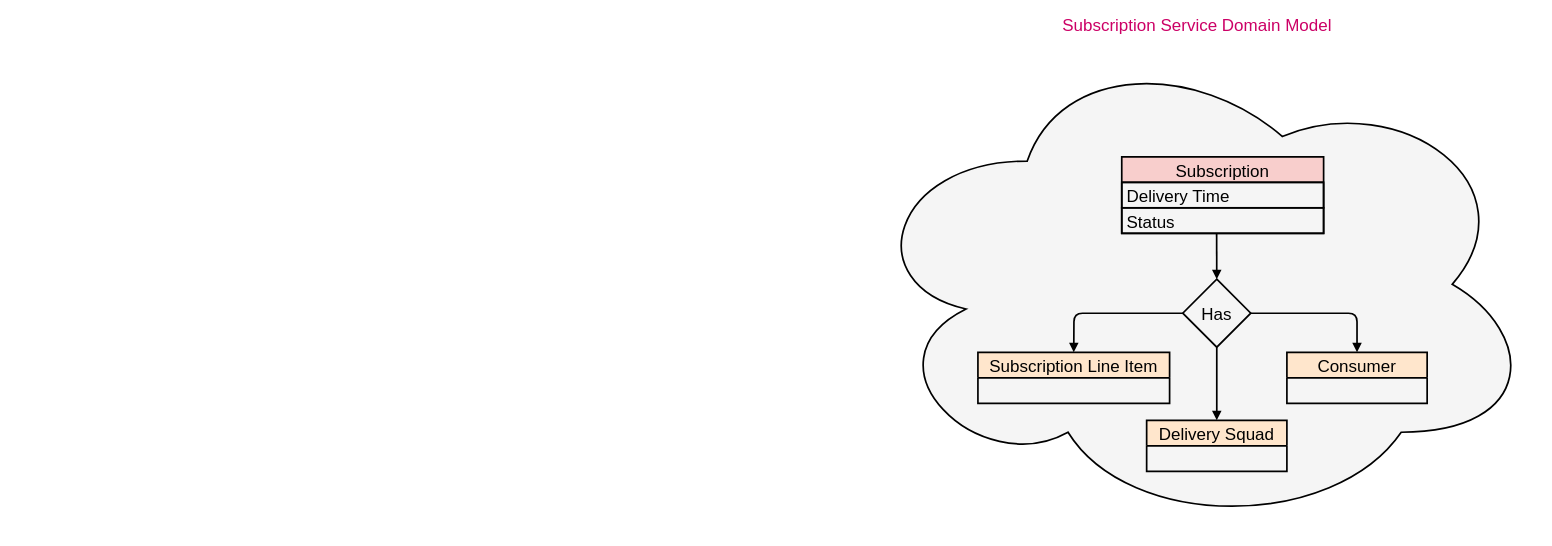
Before: docs/diagram/subscription_service_domain_model.drawio in dudhwalas/dudhwala, a draw.io diagram. Source tidied: cells renumbered, new cells numbered last; positions are measured from the earlier drawing's top-left corner, leaving out a move shared by most shapes. Both pictures are drawn from the tidied source at 85%, with x=0, y=0 at pixel (857, 37).
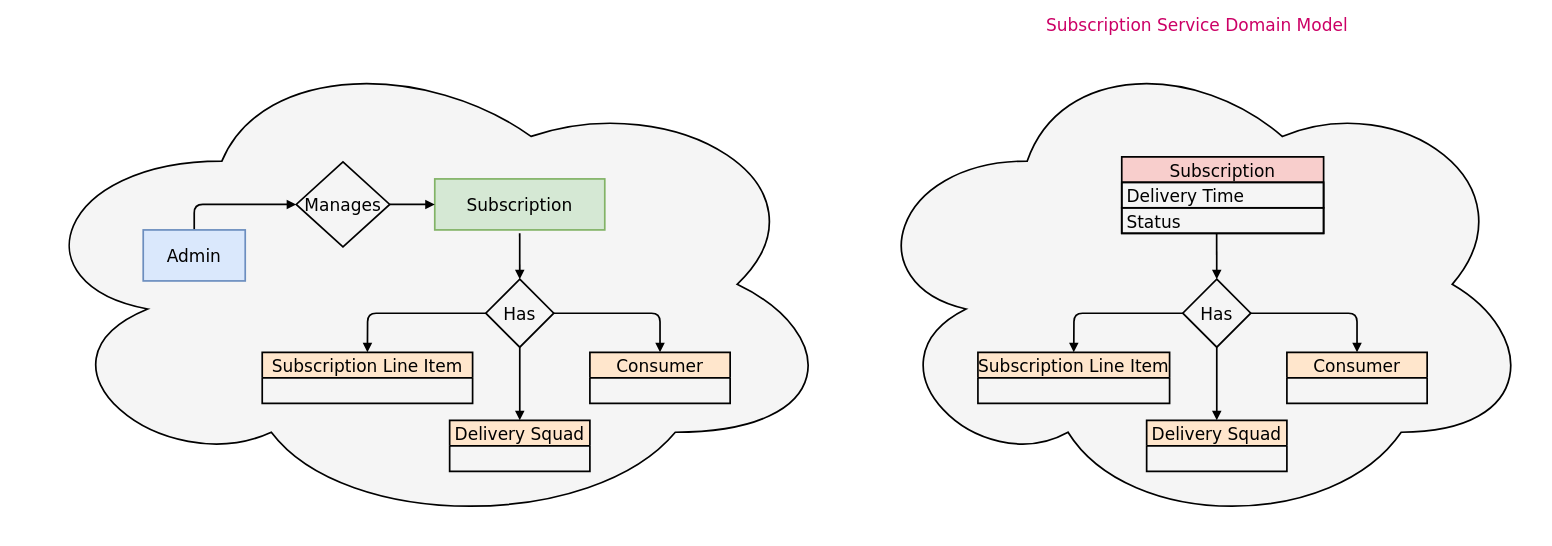
The same diagram, later.

Commit message (it also covers changes not shown here):
added product catalog service specs

Diff of the diagram source:
```diff
@@
-    <mxCell id="2" value="Subscription Service Domain Model" style="ellipse;shape=cloud;whiteSpace=wrap;html=1;fillColor=#f5f5f5;fontColor=#CC0066;strokeColor=#000000;strokeWidth=2;labelPosition=center;verticalLabelPosition=top;align=center;verticalAlign=bottom;fontSize=20;" parent="1" vertex="1">
+    <mxCell id="2" value="Subscription Service Domain Model" style="ellipse;shape=cloud;whiteSpace=wrap;html=1;fillColor=#f5f5f5;fontColor=#CC0066;strokeColor=#000000;strokeWidth=2;labelPosition=center;verticalLabelPosition=top;align=center;verticalAlign=bottom;fontSize=20;fontFamily=Verdana;" parent="1" vertex="1">
       <mxGeometry width="800" height="580" as="geometry" />
     </mxCell>
-    <mxCell id="3" value="Subscription" style="swimlane;fontStyle=0;horizontal=1;startSize=30;fillColor=#f8cecc;strokeColor=#000000;fontSize=20;strokeWidth=2;" parent="1" vertex="1">
+    <mxCell id="3" value="Subscription" style="swimlane;fontStyle=0;horizontal=1;startSize=30;fillColor=#f8cecc;strokeColor=#000000;fontSize=20;strokeWidth=2;fontFamily=Verdana;" parent="1" vertex="1">
       <mxGeometry x="311.2" y="140" width="237.5" height="90" as="geometry" />
     </mxCell>
-    <mxCell id="4" value="Delivery Time" style="text;strokeColor=#000000;fillColor=none;align=left;verticalAlign=middle;spacingLeft=4;spacingRight=4;overflow=hidden;fontSize=20;strokeWidth=2;" parent="3" vertex="1">
+    <mxCell id="4" value="Delivery Time" style="text;strokeColor=#000000;fillColor=none;align=left;verticalAlign=middle;spacingLeft=4;spacingRight=4;overflow=hidden;fontSize=20;strokeWidth=2;fontFamily=Verdana;" parent="3" vertex="1">
       <mxGeometry y="30" width="237.5" height="30" as="geometry" />
     </mxCell>
-    <mxCell id="5" value="Status" style="text;strokeColor=#000000;fillColor=none;align=left;verticalAlign=middle;spacingLeft=4;spacingRight=4;overflow=hidden;points=[[0,0.5],[1,0.5]];portConstraint=eastwest;fontSize=20;strokeWidth=2;" parent="3" vertex="1">
+    <mxCell id="5" value="Status" style="text;strokeColor=#000000;fillColor=none;align=left;verticalAlign=middle;spacingLeft=4;spacingRight=4;overflow=hidden;points=[[0,0.5],[1,0.5]];portConstraint=eastwest;fontSize=20;strokeWidth=2;fontFamily=Verdana;" parent="3" vertex="1">
       <mxGeometry y="60" width="237.5" height="30" as="geometry" />
     </mxCell>
-    <mxCell id="6" value="Subscription Line Item" style="swimlane;fontStyle=0;horizontal=1;startSize=30;fillColor=#ffe6cc;strokeColor=#000000;fontSize=20;strokeWidth=2;" parent="1" vertex="1">
+    <mxCell id="6" value="Subscription Line Item" style="swimlane;fontStyle=0;horizontal=1;startSize=30;fillColor=#ffe6cc;strokeColor=#000000;fontSize=20;strokeWidth=2;fontFamily=Verdana;" parent="1" vertex="1">
       <mxGeometry x="142" y="370" width="225.5" height="60" as="geometry" />
     </mxCell>
-    <mxCell id="7" style="edgeStyle=none;html=1;exitX=1;exitY=0.5;exitDx=0;exitDy=0;entryX=0.5;entryY=0;entryDx=0;entryDy=0;endArrow=block;endFill=1;strokeWidth=2;strokeColor=#000000;" parent="1" edge="1" source="8" target="11">
+    <mxCell id="7" style="edgeStyle=none;html=1;exitX=1;exitY=0.5;exitDx=0;exitDy=0;entryX=0.5;entryY=0;entryDx=0;entryDy=0;endArrow=block;endFill=1;strokeWidth=2;strokeColor=#000000;fontFamily=Verdana;" parent="1" edge="1" source="8" target="11">
       <mxGeometry relative="1" as="geometry">
         <Array as="points">
           <mxPoint x="588" y="324" />
         </Array>
       </mxGeometry>
     </mxCell>
-    <mxCell id="8" value="Has" style="rhombus;whiteSpace=wrap;html=1;fontSize=20;fillColor=none;strokeWidth=2;strokeColor=#000000;" parent="1" vertex="1">
+    <mxCell id="8" value="Has" style="rhombus;whiteSpace=wrap;html=1;fontSize=20;fillColor=none;strokeWidth=2;strokeColor=#000000;fontFamily=Verdana;" parent="1" vertex="1">
       <mxGeometry x="383" y="284" width="80" height="80" as="geometry" />
     </mxCell>
-    <mxCell id="9" style="edgeStyle=none;html=1;exitX=0.47;exitY=1;exitDx=0;exitDy=0;entryX=0.5;entryY=0;entryDx=0;entryDy=0;fontSize=20;exitPerimeter=0;endArrow=block;endFill=1;strokeWidth=2;strokeColor=#000000;" parent="1" edge="1" source="5" target="8">
+    <mxCell id="9" style="edgeStyle=none;html=1;exitX=0.47;exitY=1;exitDx=0;exitDy=0;entryX=0.5;entryY=0;entryDx=0;entryDy=0;fontSize=20;exitPerimeter=0;endArrow=block;endFill=1;strokeWidth=2;strokeColor=#000000;fontFamily=Verdana;" parent="1" edge="1" source="5" target="8">
       <mxGeometry relative="1" as="geometry" />
     </mxCell>
-    <mxCell id="10" style="edgeStyle=none;html=1;entryX=0.5;entryY=0;entryDx=0;entryDy=0;fontSize=20;endArrow=block;endFill=1;strokeWidth=2;exitX=0;exitY=0.5;exitDx=0;exitDy=0;strokeColor=#000000;" parent="1" edge="1" source="8" target="6">
+    <mxCell id="10" style="edgeStyle=none;html=1;entryX=0.5;entryY=0;entryDx=0;entryDy=0;fontSize=20;endArrow=block;endFill=1;strokeWidth=2;exitX=0;exitY=0.5;exitDx=0;exitDy=0;strokeColor=#000000;fontFamily=Verdana;" parent="1" edge="1" source="8" target="6">
       <mxGeometry relative="1" as="geometry">
         <Array as="points">
           <mxPoint x="255" y="324" />
         </Array>
       </mxGeometry>
     </mxCell>
-    <mxCell id="11" value="Consumer" style="swimlane;fontStyle=0;horizontal=1;startSize=30;fillColor=#ffe6cc;strokeColor=#000000;fontSize=20;strokeWidth=2;" parent="1" vertex="1">
+    <mxCell id="11" value="Consumer" style="swimlane;fontStyle=0;horizontal=1;startSize=30;fillColor=#ffe6cc;strokeColor=#000000;fontSize=20;strokeWidth=2;fontFamily=Verdana;" parent="1" vertex="1">
       <mxGeometry x="505.5" y="370" width="165" height="60" as="geometry" />
     </mxCell>
-    <mxCell id="12" value="Delivery Squad" style="swimlane;fontStyle=0;horizontal=1;startSize=30;fillColor=#ffe6cc;strokeColor=#000000;fontSize=20;strokeWidth=2;" parent="1" vertex="1">
+    <mxCell id="12" value="Delivery Squad" style="swimlane;fontStyle=0;horizontal=1;startSize=30;fillColor=#ffe6cc;strokeColor=#000000;fontSize=20;strokeWidth=2;fontFamily=Verdana;" parent="1" vertex="1">
       <mxGeometry x="340.5" y="450" width="165" height="60" as="geometry" />
     </mxCell>
-    <mxCell id="13" style="edgeStyle=none;html=1;exitX=0.5;exitY=1;exitDx=0;exitDy=0;entryX=0.5;entryY=0;entryDx=0;entryDy=0;endArrow=block;endFill=1;strokeWidth=2;strokeColor=#000000;" parent="1" edge="1" source="8" target="12">
+    <mxCell id="13" style="edgeStyle=none;html=1;exitX=0.5;exitY=1;exitDx=0;exitDy=0;entryX=0.5;entryY=0;entryDx=0;entryDy=0;endArrow=block;endFill=1;strokeWidth=2;strokeColor=#000000;fontFamily=Verdana;" parent="1" edge="1" source="8" target="12">
       <mxGeometry relative="1" as="geometry" />
     </mxCell>
+    <mxCell id="14" style="ellipse;shape=cloud;whiteSpace=wrap;html=1;fillColor=#f5f5f5;fontColor=#CC0066;strokeColor=#000000;strokeWidth=2;labelPosition=center;verticalLabelPosition=top;align=center;verticalAlign=bottom;fontSize=20;fontFamily=Verdana;" parent="1" vertex="1">
+      <mxGeometry x="-990" width="970" height="580" as="geometry" />
+    </mxCell>
+    <mxCell id="15" value="Subscription Line Item" style="swimlane;fontStyle=0;horizontal=1;startSize=30;fillColor=#ffe6cc;strokeColor=#000000;fontSize=20;strokeWidth=2;fontFamily=Verdana;" parent="1" vertex="1">
+      <mxGeometry x="-700" y="370" width="247.5" height="60" as="geometry" />
+    </mxCell>
+    <mxCell id="16" style="edgeStyle=none;html=1;exitX=1;exitY=0.5;exitDx=0;exitDy=0;entryX=0.5;entryY=0;entryDx=0;entryDy=0;endArrow=block;endFill=1;strokeWidth=2;strokeColor=#000000;fontFamily=Verdana;" parent="1" edge="1" source="17" target="20">
+      <mxGeometry relative="1" as="geometry">
+        <Array as="points">
+          <mxPoint x="-232" y="324" />
+        </Array>
+      </mxGeometry>
+    </mxCell>
+    <mxCell id="17" value="Has" style="rhombus;whiteSpace=wrap;html=1;fontSize=20;fillColor=none;strokeWidth=2;strokeColor=#000000;fontFamily=Verdana;" parent="1" vertex="1">
+      <mxGeometry x="-437" y="284" width="80" height="80" as="geometry" />
+    </mxCell>
+    <mxCell id="18" style="edgeStyle=none;html=1;exitX=0.47;exitY=1;exitDx=0;exitDy=0;entryX=0.5;entryY=0;entryDx=0;entryDy=0;fontSize=20;exitPerimeter=0;endArrow=block;endFill=1;strokeWidth=2;strokeColor=#000000;fontFamily=Verdana;" parent="1" edge="1" target="17">
+      <mxGeometry relative="1" as="geometry">
+        <mxPoint x="-397.1" y="230" as="sourcePoint" />
+      </mxGeometry>
+    </mxCell>
+    <mxCell id="19" style="edgeStyle=none;html=1;entryX=0.5;entryY=0;entryDx=0;entryDy=0;fontSize=20;endArrow=block;endFill=1;strokeWidth=2;exitX=0;exitY=0.5;exitDx=0;exitDy=0;strokeColor=#000000;fontFamily=Verdana;" parent="1" edge="1" source="17" target="15">
+      <mxGeometry relative="1" as="geometry">
+        <Array as="points">
+          <mxPoint x="-576" y="324" />
+        </Array>
+      </mxGeometry>
+    </mxCell>
+    <mxCell id="20" value="Consumer" style="swimlane;fontStyle=0;horizontal=1;startSize=30;fillColor=#ffe6cc;strokeColor=#000000;fontSize=20;strokeWidth=2;fontFamily=Verdana;" parent="1" vertex="1">
+      <mxGeometry x="-314.5" y="370" width="165" height="60" as="geometry" />
+    </mxCell>
+    <mxCell id="21" value="Delivery Squad" style="swimlane;fontStyle=0;horizontal=1;startSize=30;fillColor=#ffe6cc;strokeColor=#000000;fontSize=20;strokeWidth=2;fontFamily=Verdana;" parent="1" vertex="1">
+      <mxGeometry x="-479.5" y="450" width="165" height="60" as="geometry" />
+    </mxCell>
+    <mxCell id="22" style="edgeStyle=none;html=1;exitX=0.5;exitY=1;exitDx=0;exitDy=0;entryX=0.5;entryY=0;entryDx=0;entryDy=0;endArrow=block;endFill=1;strokeWidth=2;strokeColor=#000000;fontFamily=Verdana;" parent="1" edge="1" source="17" target="21">
+      <mxGeometry relative="1" as="geometry" />
+    </mxCell>
+    <mxCell id="23" value="Subscription" style="rounded=0;whiteSpace=wrap;html=1;labelBackgroundColor=none;labelBorderColor=none;spacing=0;fontSize=20;fillColor=#d5e8d4;strokeColor=#82b366;sketch=0;glass=0;fontFamily=Verdana;strokeWidth=2;" parent="1" vertex="1">
+      <mxGeometry x="-497" y="166" width="200" height="60" as="geometry" />
+    </mxCell>
+    <mxCell id="24" style="edgeStyle=none;html=1;exitX=0.5;exitY=0;exitDx=0;exitDy=0;entryX=0;entryY=0.5;entryDx=0;entryDy=0;strokeWidth=2;endArrow=block;endFill=1;fontFamily=Verdana;" parent="1" edge="1" source="25" target="27">
+      <mxGeometry relative="1" as="geometry">
+        <Array as="points">
+          <mxPoint x="-780" y="196" />
+        </Array>
+      </mxGeometry>
+    </mxCell>
+    <mxCell id="25" value="Admin" style="rounded=0;whiteSpace=wrap;html=1;labelBackgroundColor=none;labelBorderColor=none;spacing=0;fontSize=20;fillColor=#dae8fc;strokeColor=#6c8ebf;sketch=0;glass=0;fontFamily=Verdana;strokeWidth=2;" parent="1" vertex="1">
+      <mxGeometry x="-840" y="226" width="120" height="60" as="geometry" />
+    </mxCell>
+    <mxCell id="26" style="edgeStyle=none;html=1;exitX=1;exitY=0.5;exitDx=0;exitDy=0;entryX=0;entryY=0.5;entryDx=0;entryDy=0;strokeWidth=2;endArrow=block;endFill=1;fontFamily=Verdana;" parent="1" edge="1" source="27" target="23">
+      <mxGeometry relative="1" as="geometry" />
+    </mxCell>
+    <mxCell id="27" value="Manages" style="rhombus;whiteSpace=wrap;html=1;fontSize=20;fillColor=none;strokeWidth=2;strokeColor=#000000;fontFamily=Verdana;" parent="1" vertex="1">
+      <mxGeometry x="-660" y="146" width="110" height="100" as="geometry" />
+    </mxCell>
```
